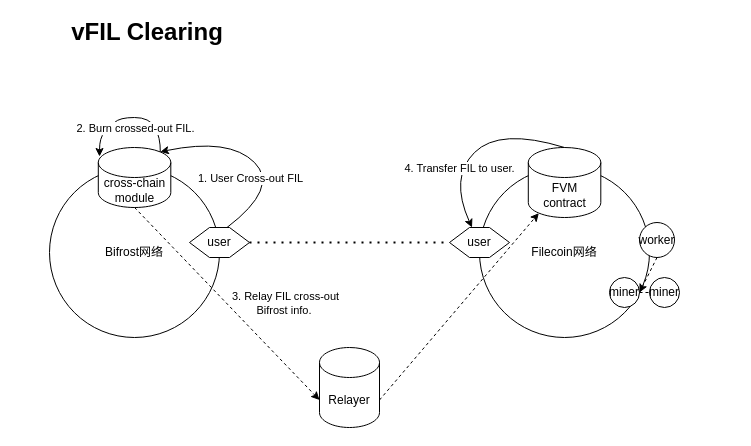
Earlier version of the draw.io diagram vfil-clearing-fvm.drawio (herryho/flowchars). Source tidied: cells renumbered, new cells numbered last; positions are measured from the earlier drawing's top-left corner, leaving out a move shared by most shapes. Both pictures are drawn from the tidied source at 100%, with x=0, y=0 at pixel (17, 17).
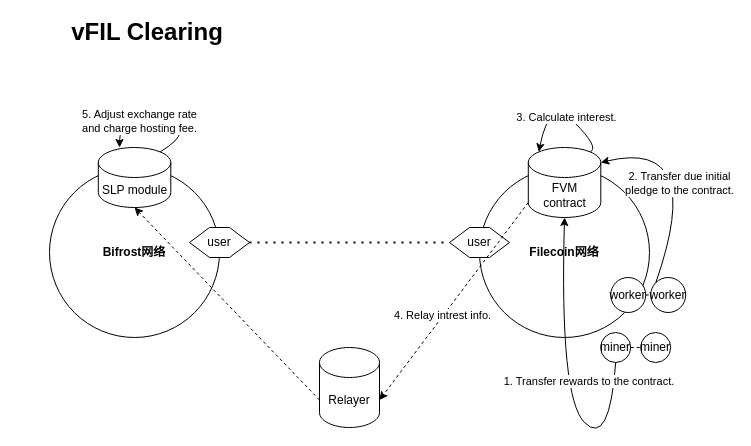
The same diagram, later.

The change refers to these unchanged cells:
```xml
<mxCell id="4" value="user" style="shape=hexagon;perimeter=hexagonPerimeter2;whiteSpace=wrap;html=1;fixedSize=1;" parent="1" vertex="1">
  <mxGeometry x="172" y="210" width="60" height="30" as="geometry" />
</mxCell>
<mxCell id="5" value="user" style="shape=hexagon;perimeter=hexagonPerimeter2;whiteSpace=wrap;html=1;fixedSize=1;" parent="1" vertex="1">
  <mxGeometry x="432" y="210" width="60" height="30" as="geometry" />
</mxCell>
<mxCell id="7" value="FVM contract" style="shape=cylinder3;whiteSpace=wrap;html=1;boundedLbl=1;backgroundOutline=1;size=15;" parent="1" vertex="1">
  <mxGeometry x="510.8" y="130" width="72.5" height="70" as="geometry" />
</mxCell>
<mxCell id="10" value="Relayer" style="shape=cylinder3;whiteSpace=wrap;html=1;boundedLbl=1;backgroundOutline=1;size=15;" parent="1" vertex="1">
  <mxGeometry x="302" y="330" width="60" height="80" as="geometry" />
</mxCell>
```

Change to the diagram source:
```diff
@@
-    <mxCell id="2" value="Bifrost网络" style="ellipse;whiteSpace=wrap;html=1;" parent="1" vertex="1">
+    <mxCell id="2" value="&lt;b&gt;Bifrost网络&lt;/b&gt;" style="ellipse;whiteSpace=wrap;html=1;" parent="1" vertex="1">
       <mxGeometry x="32" y="150" width="170" height="170" as="geometry" />
     </mxCell>
-    <mxCell id="3" value="Filecoin网络" style="ellipse;whiteSpace=wrap;html=1;" parent="1" vertex="1">
+    <mxCell id="3" value="&lt;b&gt;Filecoin网络&lt;/b&gt;" style="ellipse;whiteSpace=wrap;html=1;" parent="1" vertex="1">
       <mxGeometry x="462" y="150" width="170" height="170" as="geometry" />
     </mxCell>
@@
     <mxCell id="8" value="worker" style="ellipse;whiteSpace=wrap;html=1;" parent="1" vertex="1">
-      <mxGeometry x="622" y="205" width="35" height="35" as="geometry" />
+      <mxGeometry x="593.2" y="260" width="35" height="35" as="geometry" />
     </mxCell>
-    <mxCell id="9" value="cross-chain module" style="shape=cylinder3;whiteSpace=wrap;html=1;boundedLbl=1;backgroundOutline=1;size=15;" parent="1" vertex="1">
+    <mxCell id="9" value="SLP module" style="shape=cylinder3;whiteSpace=wrap;html=1;boundedLbl=1;backgroundOutline=1;size=15;" parent="1" vertex="1">
       <mxGeometry x="80.8" y="130" width="72.5" height="60" as="geometry" />
     </mxCell>
@@
     <mxCell id="11" value="miner" style="ellipse;whiteSpace=wrap;html=1;" parent="1" vertex="1">
-      <mxGeometry x="592" y="260" width="30" height="30" as="geometry" />
+      <mxGeometry x="583.2" y="315" width="30" height="30" as="geometry" />
     </mxCell>
     <mxCell id="12" value="miner" style="ellipse;whiteSpace=wrap;html=1;" parent="1" vertex="1">
-      <mxGeometry x="632" y="260" width="30" height="30" as="geometry" />
+      <mxGeometry x="623.2" y="315" width="30" height="30" as="geometry" />
     </mxCell>
     <mxCell id="13" style="endArrow=none;dashed=1;html=1;rounded=0;exitX=1;exitY=0.5;exitDx=0;exitDy=0;" parent="1" edge="1" source="11">
       <mxGeometry relative="1" as="geometry">
-        <mxPoint x="632" y="275" as="targetPoint" />
+        <mxPoint x="623.2" y="330" as="targetPoint" />
       </mxGeometry>
     </mxCell>
-    <mxCell id="14" style="endArrow=classic;html=1;rounded=0;exitX=0.5;exitY=1;exitDx=0;exitDy=0;entryX=1;entryY=0.5;entryDx=0;entryDy=0;dashed=1;" parent="1" edge="1" source="8" target="11">
-      <mxGeometry relative="1" as="geometry" />
-    </mxCell>
-    <mxCell id="15" style="endArrow=classic;html=1;rounded=0;dashed=1;entryX=0.145;entryY=1;entryDx=0;entryDy=-4.35;entryPerimeter=0;exitX=1;exitY=0;exitDx=0;exitDy=52.5;exitPerimeter=0;" parent="1" edge="1" source="10" target="7">
+    <mxCell id="15" style="endArrow=classic;html=1;rounded=0;dashed=1;exitX=0;exitY=1;exitDx=0;exitDy=-15;exitPerimeter=0;entryX=1;entryY=0;entryDx=0;entryDy=52.5;entryPerimeter=0;" parent="1" edge="1" source="7" target="10">
       <mxGeometry relative="1" as="geometry" />
     </mxCell>
-    <mxCell id="16" value="3. Relay FIL cross-out&lt;br&gt;Bifrost info.&amp;nbsp;" style="edgeLabel;html=1;align=center;verticalAlign=middle;" parent="15" vertex="1">
-      <mxGeometry x="0.2" y="-3" relative="1" as="geometry">
-        <mxPoint x="-192" y="13" as="offset" />
-      </mxGeometry>
-    </mxCell>
+    <mxCell id="25" value="4. Relay intrest info." style="edgeLabel;html=1;align=center;verticalAlign=middle;" parent="15" vertex="1">
+      <mxGeometry x="0.15" y="-1" relative="1" as="geometry" />
+    </mxCell>
-    <mxCell id="17" style="endArrow=classic;html=1;rounded=0;dashed=1;exitX=0.5;exitY=1;exitDx=0;exitDy=0;exitPerimeter=0;entryX=0;entryY=0;entryDx=0;entryDy=52.5;entryPerimeter=0;" parent="1" edge="1" source="9" target="10">
+    <mxCell id="17" style="endArrow=classic;html=1;rounded=0;dashed=1;entryX=0.5;entryY=1;entryDx=0;entryDy=0;entryPerimeter=0;exitX=0;exitY=0;exitDx=0;exitDy=52.5;exitPerimeter=0;" parent="1" edge="1" source="10" target="9">
       <mxGeometry relative="1" as="geometry" />
     </mxCell>
@@
-    <mxCell id="19" style="curved=1;endArrow=classic;html=1;rounded=0;entryX=0.855;entryY=0;entryDx=0;entryDy=4.35;entryPerimeter=0;exitX=0.625;exitY=0;exitDx=0;exitDy=0;" parent="1" edge="1" source="4" target="9">
-      <mxGeometry relative="1" as="geometry">
-        <Array as="points">
-          <mxPoint x="262" y="170" />
-          <mxPoint x="212" y="120" />
-        </Array>
-      </mxGeometry>
-    </mxCell>
-    <mxCell id="20" value="1. User Cross-out FIL" style="edgeLabel;html=1;align=center;verticalAlign=middle;" parent="19" vertex="1">
-      <mxGeometry x="0.58" y="4" relative="1" as="geometry">
-        <mxPoint x="46" y="31" as="offset" />
-      </mxGeometry>
-    </mxCell>
+    <mxCell id="26" value="worker" style="ellipse;whiteSpace=wrap;html=1;" parent="1" vertex="1">
+      <mxGeometry x="633.2" y="260" width="35" height="35" as="geometry" />
+    </mxCell>
+    <mxCell id="27" style="endArrow=none;dashed=1;html=1;rounded=0;exitX=1;exitY=0.5;exitDx=0;exitDy=0;entryX=0;entryY=0.5;entryDx=0;entryDy=0;" parent="1" edge="1" source="8" target="26">
+      <mxGeometry relative="1" as="geometry" />
+    </mxCell>
+    <mxCell id="28" style="curved=1;endArrow=classic;html=1;rounded=0;exitX=0.5;exitY=1;exitDx=0;exitDy=0;entryX=0.5;entryY=1;entryDx=0;entryDy=0;entryPerimeter=0;" parent="1" edge="1" source="11" target="7">
+      <mxGeometry relative="1" as="geometry">
+        <Array as="points">
+          <mxPoint x="592" y="430" />
+          <mxPoint x="542" y="380" />
+        </Array>
+      </mxGeometry>
+    </mxCell>
+    <mxCell id="29" value="1. Transfer rewards to the contract.&amp;nbsp;" style="edgeLabel;html=1;align=center;verticalAlign=middle;" parent="28" vertex="1">
+      <mxGeometry x="0.03" y="-4" relative="1" as="geometry">
+        <mxPoint x="26" as="offset" />
+      </mxGeometry>
+    </mxCell>
-    <mxCell id="21" style="curved=1;endArrow=classic;html=1;rounded=0;exitX=0.855;exitY=0;exitDx=0;exitDy=4.35;exitPerimeter=0;entryX=0.017;entryY=0.15;entryDx=0;entryDy=0;entryPerimeter=0;" parent="1" edge="1" source="9" target="9">
+    <mxCell id="21" style="curved=1;endArrow=classic;html=1;rounded=0;exitX=0.855;exitY=0;exitDx=0;exitDy=4.35;exitPerimeter=0;entryX=0.293;entryY=0;entryDx=0;entryDy=0;entryPerimeter=0;" parent="1" edge="1" source="9" target="9">
       <mxGeometry relative="1" as="geometry">
         <Array as="points">
-          <mxPoint x="143" y="120" />
-          <mxPoint x="132" y="100" />
+          <mxPoint x="182" y="110" />
           <mxPoint x="102" y="100" />
-          <mxPoint x="92" y="110" />
-          <mxPoint x="82" y="120" />
         </Array>
       </mxGeometry>
     </mxCell>
-    <mxCell id="22" value="2. Burn crossed-out FIL." style="edgeLabel;html=1;align=center;verticalAlign=middle;" parent="21" vertex="1">
-      <mxGeometry relative="1" as="geometry">
-        <mxPoint x="5" y="10" as="offset" />
-      </mxGeometry>
-    </mxCell>
-    <mxCell id="23" style="curved=1;endArrow=classic;html=1;rounded=0;exitX=0.5;exitY=0;exitDx=0;exitDy=0;exitPerimeter=0;entryX=0.375;entryY=0;entryDx=0;entryDy=0;" parent="1" edge="1" source="7" target="5">
-      <mxGeometry relative="1" as="geometry">
-        <Array as="points">
-          <mxPoint x="482" y="110" />
-          <mxPoint x="432" y="160" />
-        </Array>
-      </mxGeometry>
-    </mxCell>
-    <mxCell id="24" value="4. Transfer FIL to user." style="edgeLabel;html=1;align=center;verticalAlign=middle;" parent="23" vertex="1">
-      <mxGeometry x="-0.22" y="7" relative="1" as="geometry">
-        <mxPoint x="-40" y="30" as="offset" />
-      </mxGeometry>
-    </mxCell>
+    <mxCell id="30" value="5. Adjust exchange rate &lt;br&gt;and charge hosting fee." style="edgeLabel;html=1;align=center;verticalAlign=middle;" parent="21" vertex="1">
+      <mxGeometry x="0.36" y="1" relative="1" as="geometry" />
+    </mxCell>
+    <mxCell id="31" style="curved=1;endArrow=classic;html=1;rounded=0;exitX=0;exitY=0;exitDx=0;exitDy=0;entryX=1;entryY=0;entryDx=0;entryDy=15;entryPerimeter=0;" parent="1" edge="1" source="26" target="7">
+      <mxGeometry relative="1" as="geometry">
+        <Array as="points">
+          <mxPoint x="689" y="120" />
+        </Array>
+      </mxGeometry>
+    </mxCell>
+    <mxCell id="32" value="2. Transfer due initial &lt;br&gt;pledge to the contract." style="edgeLabel;html=1;align=center;verticalAlign=middle;" parent="31" vertex="1">
+      <mxGeometry x="0.69" y="7" relative="1" as="geometry">
+        <mxPoint x="37" y="23" as="offset" />
+      </mxGeometry>
+    </mxCell>
+    <mxCell id="33" style="curved=1;endArrow=classic;html=1;rounded=0;exitX=0.855;exitY=0;exitDx=0;exitDy=4.35;exitPerimeter=0;entryX=0.145;entryY=0;entryDx=0;entryDy=4.35;entryPerimeter=0;" parent="1" edge="1" source="7" target="7">
+      <mxGeometry relative="1" as="geometry">
+        <Array as="points">
+          <mxPoint x="582" y="130" />
+          <mxPoint x="532" y="80" />
+        </Array>
+      </mxGeometry>
+    </mxCell>
+    <mxCell id="34" value="3. Calculate interest." style="edgeLabel;html=1;align=center;verticalAlign=middle;" parent="33" vertex="1">
+      <mxGeometry x="-0.18" y="2" relative="1" as="geometry" />
+    </mxCell>
```
